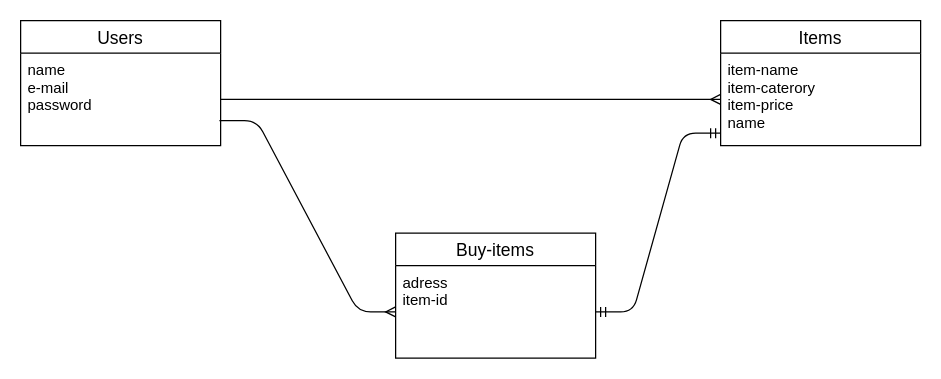
This is test.dio from Koba0822/furima-37893, a draw.io file, before an edit. Source tidied: cells renumbered, new cells numbered last; positions are measured from the earlier drawing's top-left corner, leaving out a move shared by most shapes. Both pictures are drawn from the tidied source at 125%, with x=0, y=0 at pixel (20, 20).
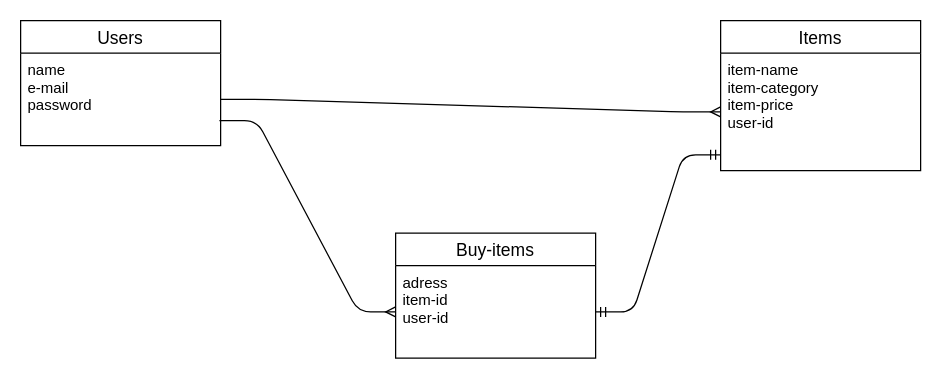
The same page after the edit.

Commit message (it also covers changes not shown here):
データーベース設計

Diff of the diagram source:
```diff
@@
 <mxGraphModel>
   <root>
     <mxCell id="0" />
     <mxCell id="1" parent="0" />
     <mxCell id="2" value="Items" style="swimlane;fontStyle=0;horizontal=1;startSize=26;align=center;fontSize=14;" parent="1" vertex="1">
-      <mxGeometry x="560" width="160" height="100" as="geometry" />
+      <mxGeometry x="560" width="160" height="120" as="geometry" />
     </mxCell>
+    <mxCell id="9" value="item-name&#10;item-category&#10;item-price&#10;user-id&#10;" style="text;strokeColor=none;fillColor=none;spacingLeft=4;spacingRight=4;overflow=hidden;points=[[0,0.5],[1,0.5]];portConstraint=eastwest;fontSize=12;" parent="2" vertex="1">
+      <mxGeometry y="26" width="160" height="94" as="geometry" />
+    </mxCell>
     <mxCell id="3" value="Users" style="swimlane;fontStyle=0;horizontal=1;startSize=26;align=center;fontSize=14;" parent="1" vertex="1">
       <mxGeometry width="160" height="100" as="geometry" />
     </mxCell>
     <mxCell id="4" value="name&#10;e-mail&#10;password" style="text;strokeColor=none;fillColor=none;spacingLeft=4;spacingRight=4;overflow=hidden;points=[[0,0.5],[1,0.5]];portConstraint=eastwest;fontSize=12;" parent="3" vertex="1">
       <mxGeometry y="26" width="160" height="74" as="geometry" />
     </mxCell>
     <mxCell id="5" value="Buy-items" style="swimlane;fontStyle=0;horizontal=1;startSize=26;align=center;fontSize=14;" parent="1" vertex="1">
       <mxGeometry x="300" y="170" width="160" height="100" as="geometry" />
     </mxCell>
-    <mxCell id="6" value="adress&#10;item-id" style="text;strokeColor=none;fillColor=none;spacingLeft=4;spacingRight=4;overflow=hidden;points=[[0,0.5],[1,0.5]];portConstraint=eastwest;fontSize=12;" parent="5" vertex="1">
+    <mxCell id="6" value="adress&#10;item-id&#10;user-id" style="text;strokeColor=none;fillColor=none;spacingLeft=4;spacingRight=4;overflow=hidden;points=[[0,0.5],[1,0.5]];portConstraint=eastwest;fontSize=12;" parent="5" vertex="1">
       <mxGeometry y="26" width="160" height="74" as="geometry" />
     </mxCell>
     <mxCell id="7" style="edgeStyle=entityRelationEdgeStyle;fontSize=12;html=1;endArrow=ERmany;exitX=1;exitY=0.5;exitDx=0;exitDy=0;entryX=0;entryY=0.5;entryDx=0;entryDy=0;" parent="1" edge="1" source="4" target="9">
       <mxGeometry relative="1" as="geometry" />
     </mxCell>
     <mxCell id="8" style="edgeStyle=entityRelationEdgeStyle;fontSize=12;html=1;endArrow=ERmany;entryX=0;entryY=0.5;entryDx=0;entryDy=0;exitX=0.994;exitY=0.73;exitDx=0;exitDy=0;exitPerimeter=0;" parent="1" edge="1" source="4" target="6">
       <mxGeometry relative="1" as="geometry" />
     </mxCell>
-    <mxCell id="9" value="item-name&#10;item-caterory&#10;item-price&#10;name&#10;" style="text;strokeColor=none;fillColor=none;spacingLeft=4;spacingRight=4;overflow=hidden;points=[[0,0.5],[1,0.5]];portConstraint=eastwest;fontSize=12;" parent="1" vertex="1">
-      <mxGeometry x="560" y="26" width="160" height="74" as="geometry" />
-    </mxCell>
     <mxCell id="10" style="edgeStyle=entityRelationEdgeStyle;fontSize=12;html=1;endArrow=ERmandOne;startArrow=ERmandOne;exitX=1;exitY=0.5;exitDx=0;exitDy=0;entryX=0;entryY=0.865;entryDx=0;entryDy=0;entryPerimeter=0;" parent="1" edge="1" source="6" target="9">
       <mxGeometry relative="1" as="geometry" />
     </mxCell>
   </root>
 </mxGraphModel>
```
